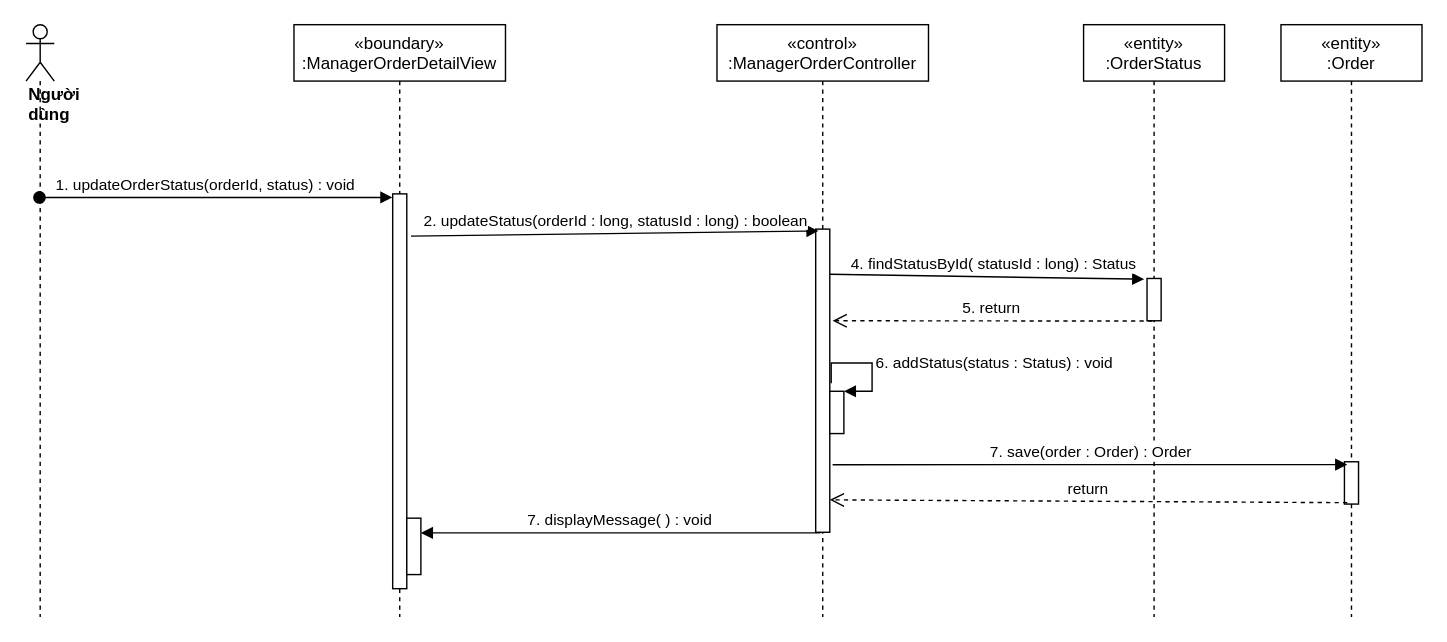
Before: sequence diagram/update-status-order-manager-sequence.drawio in nguyenphamvan/datn_20202, a draw.io diagram. Source tidied: cells renumbered, new cells numbered last; positions are measured from the earlier drawing's top-left corner, leaving out a move shared by most shapes. Both pictures are drawn from the tidied source at 141%, with x=0, y=0 at pixel (25, 24).
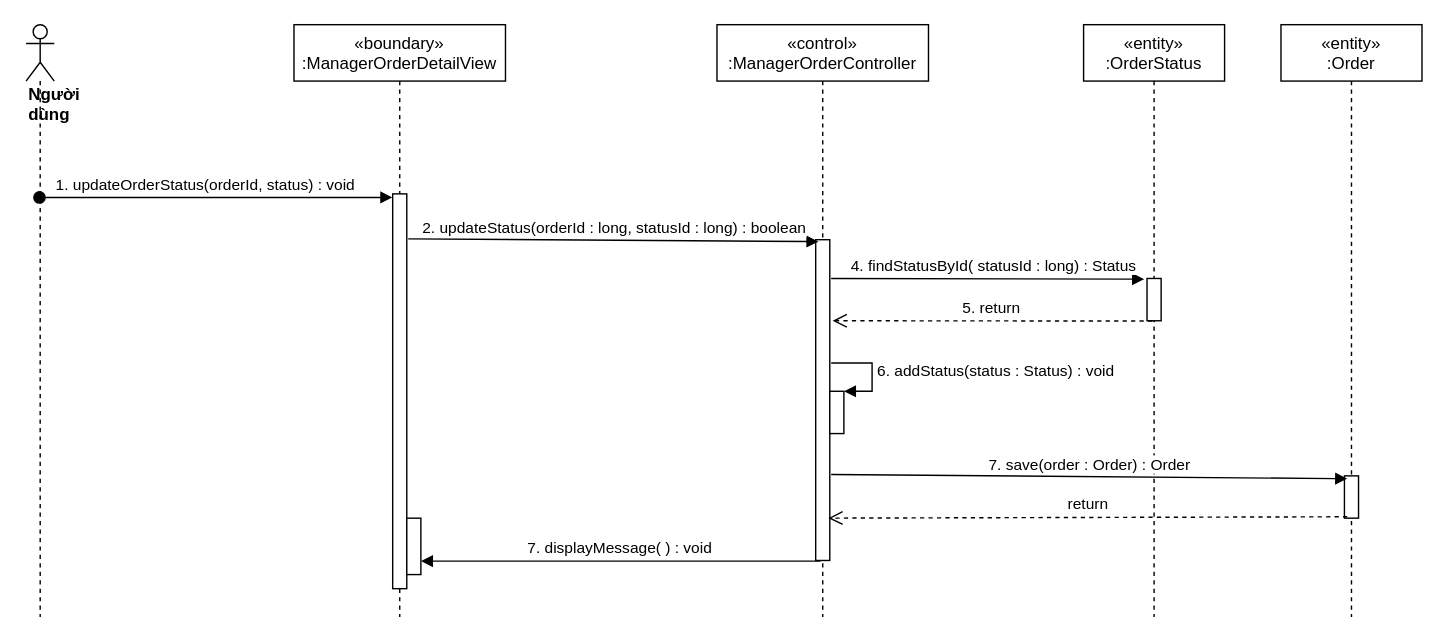
The same diagram, later.

Unchanged cells that the change refers to:
```xml
<mxCell id="3" style="points=[];perimeter=orthogonalPerimeter;rounded=0;shadow=0;strokeWidth=1;" parent="2" vertex="1">
  <mxGeometry x="70" y="120" width="10" height="280" as="geometry" />
</mxCell>
<mxCell id="4" value="«control»&#10;:ManagerOrderController" style="shape=umlLifeline;perimeter=lifelinePerimeter;rounded=0;shadow=0;strokeWidth=1;" parent="1" vertex="1">
  <mxGeometry x="490" width="150" height="420" as="geometry" />
</mxCell>
<mxCell id="10" style="points=[];perimeter=orthogonalPerimeter;rounded=0;shadow=0;strokeWidth=1;" parent="9" vertex="1">
  <mxGeometry x="45" y="180" width="10" height="30" as="geometry" />
</mxCell>
<mxCell id="14" value="«entity»&#10;:Order" style="shape=umlLifeline;perimeter=lifelinePerimeter;rounded=0;shadow=0;strokeWidth=1;" parent="1" vertex="1">
  <mxGeometry x="890" width="100" height="420" as="geometry" />
</mxCell>
<mxCell id="16" style="html=1;points=[];perimeter=orthogonalPerimeter;" parent="1" vertex="1">
  <mxGeometry x="570" y="260" width="10" height="30" as="geometry" />
</mxCell>
```

Diff of the diagram source:
```diff
@@
     <mxCell id="5" style="points=[];perimeter=orthogonalPerimeter;rounded=0;shadow=0;strokeWidth=1;" parent="4" vertex="1">
-      <mxGeometry x="70" y="145" width="10" height="215" as="geometry" />
+      <mxGeometry x="70" y="152.5" width="10" height="227.5" as="geometry" />
     </mxCell>
@@
-    <mxCell id="8" value="2. updateStatus(orderId : long, statusId : long) : boolean" style="html=1;verticalAlign=bottom;endArrow=block;entryX=0.2;entryY=0.006;entryDx=0;entryDy=0;entryPerimeter=0;exitX=1.3;exitY=0.107;exitDx=0;exitDy=0;exitPerimeter=0;" parent="1" edge="1" source="3" target="5">
+    <mxCell id="8" value="2. updateStatus(orderId : long, statusId : long) : boolean" style="html=1;verticalAlign=bottom;endArrow=block;entryX=0.2;entryY=0.006;entryDx=0;entryDy=0;entryPerimeter=0;exitX=1.1;exitY=0.114;exitDx=0;exitDy=0;exitPerimeter=0;" parent="1" edge="1" source="3" target="5">
       <mxGeometry relative="1" as="geometry" />
     </mxCell>
@@
-    <mxCell id="11" value="4. findStatusById( statusId : long) : Status" style="html=1;verticalAlign=bottom;endArrow=block;entryX=-0.2;entryY=0.017;entryDx=0;entryDy=0;entryPerimeter=0;exitX=1;exitY=0.149;exitDx=0;exitDy=0;exitPerimeter=0;" parent="1" edge="1" source="5" target="10">
+    <mxCell id="11" value="4. findStatusById( statusId : long) : Status" style="html=1;verticalAlign=bottom;endArrow=block;entryX=-0.2;entryY=0.017;entryDx=0;entryDy=0;entryPerimeter=0;exitX=1.1;exitY=0.121;exitDx=0;exitDy=0;exitPerimeter=0;" parent="1" edge="1" source="5" target="10">
       <mxGeometry x="0.04" relative="1" as="geometry" />
     </mxCell>
@@
     <mxCell id="15" style="points=[];perimeter=orthogonalPerimeter;rounded=0;shadow=0;strokeWidth=1;" parent="14" vertex="1">
-      <mxGeometry x="45" y="310" width="10" height="30" as="geometry" />
+      <mxGeometry x="45" y="320" width="10" height="30" as="geometry" />
     </mxCell>
@@
-    <mxCell id="17" value="6. addStatus(status : Status) : void" style="edgeStyle=orthogonalEdgeStyle;html=1;align=left;spacingLeft=2;endArrow=block;rounded=0;entryX=1;entryY=0;exitX=1.1;exitY=0.508;exitDx=0;exitDy=0;exitPerimeter=0;" parent="1" edge="1" source="5" target="16">
+    <mxCell id="17" value="6. addStatus(status : Status) : void" style="edgeStyle=orthogonalEdgeStyle;html=1;align=left;spacingLeft=2;endArrow=block;rounded=0;entryX=1;entryY=0;" parent="1" edge="1" target="16">
       <mxGeometry relative="1" as="geometry">
+        <mxPoint x="571" y="240" as="sourcePoint" />
         <Array as="points">
           <mxPoint x="571" y="240" />
           <mxPoint x="600" y="240" />
           <mxPoint x="600" y="260" />
         </Array>
       </mxGeometry>
     </mxCell>
@@
-    <mxCell id="19" value="7. save(order : Order) : Order" style="html=1;verticalAlign=bottom;endArrow=block;entryX=0.2;entryY=0.067;entryDx=0;entryDy=0;entryPerimeter=0;exitX=1.2;exitY=0.777;exitDx=0;exitDy=0;exitPerimeter=0;" parent="1" edge="1" source="5" target="15">
+    <mxCell id="19" value="7. save(order : Order) : Order" style="html=1;verticalAlign=bottom;endArrow=block;entryX=0.2;entryY=0.067;entryDx=0;entryDy=0;entryPerimeter=0;exitX=1.1;exitY=0.732;exitDx=0;exitDy=0;exitPerimeter=0;" parent="1" edge="1" source="5" target="15">
       <mxGeometry relative="1" as="geometry" />
     </mxCell>
-    <mxCell id="20" value="return" style="html=1;verticalAlign=bottom;endArrow=open;dashed=1;endSize=8;entryX=1;entryY=0.893;entryDx=0;entryDy=0;entryPerimeter=0;exitX=0.2;exitY=0.967;exitDx=0;exitDy=0;exitPerimeter=0;" parent="1" edge="1" source="15" target="5">
+    <mxCell id="20" value="return" style="html=1;verticalAlign=bottom;endArrow=open;dashed=1;endSize=8;exitX=0.2;exitY=0.967;exitDx=0;exitDy=0;exitPerimeter=0;entryX=0.9;entryY=0.868;entryDx=0;entryDy=0;entryPerimeter=0;" parent="1" edge="1" source="15" target="5">
       <mxGeometry relative="1" as="geometry" />
     </mxCell>
```
